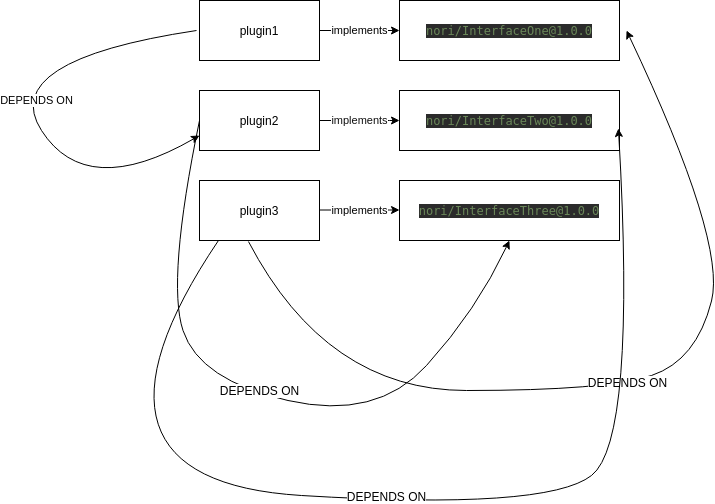
secure2work/nori keeps this draw.io diagram as internal/dependency/schemes/TestDependencyGraph_Ring3.png. Above is the earlier version. Source tidied: cells renumbered, new cells last; positions are measured from the earlier drawing's top-left corner, leaving out a move shared by most shapes. The source it was exported from:
```xml
<mxGraphModel>
  <root>
    <mxCell id="0" />
    <mxCell id="1" parent="0" />
    <mxCell id="2" value="plugin1" style="rounded=0;whiteSpace=wrap;html=1;" parent="1" vertex="1">
      <mxGeometry x="203" width="120" height="60" as="geometry" />
    </mxCell>
    <mxCell id="3" value="plugin2" style="rounded=0;whiteSpace=wrap;html=1;" parent="1" vertex="1">
      <mxGeometry x="203" y="90" width="120" height="60" as="geometry" />
    </mxCell>
    <mxCell id="4" value="plugin3" style="rounded=0;whiteSpace=wrap;html=1;" parent="1" vertex="1">
      <mxGeometry x="203" y="180" width="120" height="60" as="geometry" />
    </mxCell>
    <mxCell id="5" value="&lt;pre style=&quot;background-color: rgb(43 , 43 , 43) ; font-family: &amp;#34;dejavu sans mono&amp;#34; ; font-size: 9pt&quot;&gt;&lt;pre style=&quot;color: rgb(169 , 183 , 198) ; font-family: &amp;#34;dejavu sans mono&amp;#34; ; font-size: 9pt&quot;&gt;&lt;pre style=&quot;font-family: &amp;#34;dejavu sans mono&amp;#34; ; font-size: 9pt&quot;&gt;&lt;span style=&quot;color: #6a8759&quot;&gt;nori/InterfaceOne@1.0.0&lt;/span&gt;&lt;/pre&gt;&lt;/pre&gt;&lt;/pre&gt;" style="rounded=0;html=1;fontColor=#FFFFFF;whiteSpace=wrap;" parent="1" vertex="1">
      <mxGeometry x="403" width="220" height="60" as="geometry" />
    </mxCell>
    <mxCell id="6" value="implements" style="endArrow=classic;html=1;exitX=1;exitY=0.5;exitDx=0;exitDy=0;entryX=0;entryY=0.5;entryDx=0;entryDy=0;" parent="1" edge="1" source="2" target="5">
      <mxGeometry relative="1" as="geometry" />
    </mxCell>
    <mxCell id="7" value="Text" style="text;html=1;align=center;verticalAlign=middle;fontColor=#FFFFFF;" parent="1" vertex="1">
      <mxGeometry x="436" y="130" width="40" height="20" as="geometry" />
    </mxCell>
    <mxCell id="8" value="&lt;pre style=&quot;background-color: rgb(43 , 43 , 43) ; font-family: &amp;#34;dejavu sans mono&amp;#34; ; font-size: 9pt&quot;&gt;&lt;pre style=&quot;color: rgb(169 , 183 , 198) ; font-family: &amp;#34;dejavu sans mono&amp;#34; ; font-size: 9pt&quot;&gt;&lt;pre style=&quot;font-family: &amp;#34;dejavu sans mono&amp;#34; ; font-size: 9pt&quot;&gt;&lt;span style=&quot;color: #6a8759&quot;&gt;nori/InterfaceTwo@1.0.0&lt;/span&gt;&lt;/pre&gt;&lt;/pre&gt;&lt;/pre&gt;" style="rounded=0;html=1;fontColor=#FFFFFF;whiteSpace=wrap;" parent="1" vertex="1">
      <mxGeometry x="403" y="90" width="220" height="60" as="geometry" />
    </mxCell>
    <mxCell id="9" value="&lt;pre style=&quot;background-color: rgb(43 , 43 , 43) ; font-family: &amp;#34;dejavu sans mono&amp;#34; ; font-size: 9pt&quot;&gt;&lt;pre style=&quot;color: rgb(169 , 183 , 198) ; font-family: &amp;#34;dejavu sans mono&amp;#34; ; font-size: 9pt&quot;&gt;&lt;pre style=&quot;font-family: &amp;#34;dejavu sans mono&amp;#34; ; font-size: 9pt&quot;&gt;&lt;span style=&quot;color: #6a8759&quot;&gt;nori/InterfaceThree@1.0.0&lt;/span&gt;&lt;/pre&gt;&lt;/pre&gt;&lt;/pre&gt;" style="rounded=0;html=1;fontColor=#FFFFFF;whiteSpace=wrap;" parent="1" vertex="1">
      <mxGeometry x="403" y="180" width="220" height="60" as="geometry" />
    </mxCell>
    <mxCell id="10" value="implements" style="endArrow=classic;html=1;fontColor=#0F0F0F;exitX=1;exitY=0.5;exitDx=0;exitDy=0;entryX=0;entryY=0.5;entryDx=0;entryDy=0;" parent="1" edge="1" source="3" target="8">
      <mxGeometry relative="1" as="geometry">
        <Array as="points">
          <mxPoint x="403" y="120" />
        </Array>
      </mxGeometry>
    </mxCell>
    <mxCell id="11" value="implements" style="endArrow=classic;html=1;fontColor=#000000;exitX=1;exitY=0.5;exitDx=0;exitDy=0;entryX=0;entryY=0.5;entryDx=0;entryDy=0;" parent="1" edge="1">
      <mxGeometry relative="1" as="geometry">
        <mxPoint x="323" y="209.5" as="sourcePoint" />
        <mxPoint x="403" y="209.5" as="targetPoint" />
        <Array as="points">
          <mxPoint x="403" y="209.5" />
        </Array>
      </mxGeometry>
    </mxCell>
    <mxCell id="12" value="DEPENDS ON" style="curved=1;endArrow=classic;html=1;fontColor=#000000;entryX=0;entryY=0.75;entryDx=0;entryDy=0;" parent="1" edge="1" target="3">
      <mxGeometry x="-0.32" y="45" relative="1" as="geometry">
        <mxPoint x="200" y="30" as="sourcePoint" />
        <Array as="points">
          <mxPoint y="60" />
          <mxPoint x="90" y="200" />
        </Array>
      </mxGeometry>
    </mxCell>
    <mxCell id="13" style="curved=1;endArrow=classic;html=1;fontColor=#000000;exitX=0;exitY=0.5;exitDx=0;exitDy=0;entryX=0.5;entryY=1;entryDx=0;entryDy=0;" parent="1" edge="1" source="3" target="9">
      <mxGeometry relative="1" as="geometry">
        <Array as="points">
          <mxPoint x="170" y="280" />
          <mxPoint x="203" y="380" />
          <mxPoint x="380" y="420" />
          <mxPoint x="480" y="310" />
        </Array>
      </mxGeometry>
    </mxCell>
    <mxCell id="14" value="DEPENDS ON" style="text;html=1;align=center;verticalAlign=middle;labelBackgroundColor=#ffffff;fontColor=#000000;" parent="13" vertex="1">
      <mxGeometry x="-0.03" y="4" relative="1" as="geometry" />
    </mxCell>
    <mxCell id="15" style="curved=1;endArrow=classic;html=1;exitX=0.408;exitY=1.017;exitDx=0;exitDy=0;exitPerimeter=0;" parent="1" edge="1" source="4">
      <mxGeometry relative="1" as="geometry">
        <mxPoint x="630" y="30" as="targetPoint" />
        <Array as="points">
          <mxPoint x="330" y="390" />
          <mxPoint x="610" y="390" />
          <mxPoint x="700" y="360" />
          <mxPoint x="730" y="241" />
        </Array>
      </mxGeometry>
    </mxCell>
    <mxCell id="16" value="DEPENDS ON" style="text;html=1;align=center;verticalAlign=middle;labelBackgroundColor=#ffffff;" parent="15" vertex="1">
      <mxGeometry x="0.04" y="2" relative="1" as="geometry" />
    </mxCell>
    <mxCell id="17" style="curved=1;endArrow=classic;html=1;exitX=0.158;exitY=1;exitDx=0;exitDy=0;exitPerimeter=0;entryX=0.995;entryY=0.633;entryDx=0;entryDy=0;entryPerimeter=0;" parent="1" edge="1" source="4" target="8">
      <mxGeometry relative="1" as="geometry">
        <Array as="points">
          <mxPoint x="60" y="480" />
          <mxPoint x="550" y="510" />
          <mxPoint x="640" y="440" />
        </Array>
      </mxGeometry>
    </mxCell>
    <mxCell id="18" value="DEPENDS ON" style="text;html=1;align=center;verticalAlign=middle;labelBackgroundColor=#ffffff;" parent="17" vertex="1">
      <mxGeometry x="0.03" y="5" relative="1" as="geometry" />
    </mxCell>
  </root>
</mxGraphModel>
```
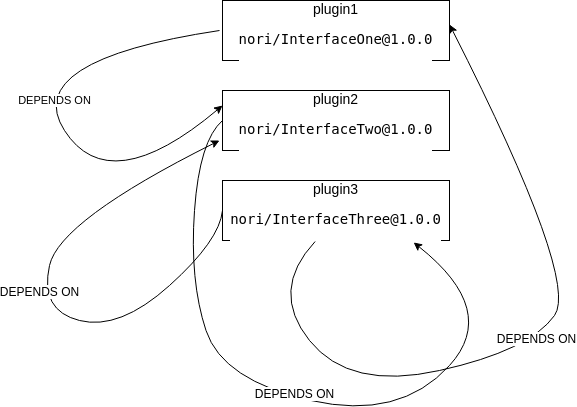
Later version of the same file.

The edit, as a diff of the source:
```diff
@@ -2,47 +2,19 @@
   <root>
     <mxCell id="0" />
     <mxCell id="1" parent="0" />
-    <mxCell id="2" value="plugin1" style="rounded=0;whiteSpace=wrap;html=1;" parent="1" vertex="1">
-      <mxGeometry x="203" width="120" height="60" as="geometry" />
+    <mxCell id="2" value="plugin1&lt;br style=&quot;font-size: 14px;&quot;&gt;&lt;pre style=&quot;font-size: 14px; font-family: &amp;quot;dejavu sans mono&amp;quot;;&quot;&gt;&lt;span style=&quot;font-size: 14px;&quot;&gt;nori/InterfaceOne@1.0.0&lt;/span&gt;&lt;/pre&gt;" style="rounded=0;whiteSpace=wrap;html=1;strokeColor=#000000;fontColor=#000000;labelBackgroundColor=#ffffff;fontSize=14;" parent="1" vertex="1">
+      <mxGeometry x="203" width="227" height="60" as="geometry" />
     </mxCell>
-    <mxCell id="3" value="plugin2" style="rounded=0;whiteSpace=wrap;html=1;" parent="1" vertex="1">
-      <mxGeometry x="203" y="90" width="120" height="60" as="geometry" />
+    <mxCell id="3" value="plugin2&lt;br style=&quot;font-size: 14px;&quot;&gt;&lt;pre style=&quot;font-size: 14px; font-family: &amp;quot;dejavu sans mono&amp;quot;;&quot;&gt;&lt;span style=&quot;font-size: 14px;&quot;&gt;nori/InterfaceTwo@1.0.0&lt;/span&gt;&lt;/pre&gt;" style="rounded=0;whiteSpace=wrap;html=1;strokeColor=#000000;fontColor=#000000;labelBackgroundColor=#ffffff;fontSize=14;" parent="1" vertex="1">
+      <mxGeometry x="203" y="90" width="227" height="60" as="geometry" />
     </mxCell>
-    <mxCell id="4" value="plugin3" style="rounded=0;whiteSpace=wrap;html=1;" parent="1" vertex="1">
-      <mxGeometry x="203" y="180" width="120" height="60" as="geometry" />
+    <mxCell id="4" value="plugin3&lt;br style=&quot;font-size: 14px;&quot;&gt;&lt;pre style=&quot;font-size: 14px; font-family: &amp;quot;dejavu sans mono&amp;quot;;&quot;&gt;&lt;span style=&quot;font-size: 14px;&quot;&gt;nori/InterfaceThree@1.0.0&lt;/span&gt;&lt;/pre&gt;" style="rounded=0;whiteSpace=wrap;html=1;strokeColor=#000000;fontColor=#000000;labelBackgroundColor=#ffffff;fontSize=14;" parent="1" vertex="1">
+      <mxGeometry x="203" y="180" width="227" height="60" as="geometry" />
     </mxCell>
-    <mxCell id="5" value="&lt;pre style=&quot;background-color: rgb(43 , 43 , 43) ; font-family: &amp;#34;dejavu sans mono&amp;#34; ; font-size: 9pt&quot;&gt;&lt;pre style=&quot;color: rgb(169 , 183 , 198) ; font-family: &amp;#34;dejavu sans mono&amp;#34; ; font-size: 9pt&quot;&gt;&lt;pre style=&quot;font-family: &amp;#34;dejavu sans mono&amp;#34; ; font-size: 9pt&quot;&gt;&lt;span style=&quot;color: #6a8759&quot;&gt;nori/InterfaceOne@1.0.0&lt;/span&gt;&lt;/pre&gt;&lt;/pre&gt;&lt;/pre&gt;" style="rounded=0;html=1;fontColor=#FFFFFF;whiteSpace=wrap;" parent="1" vertex="1">
-      <mxGeometry x="403" width="220" height="60" as="geometry" />
-    </mxCell>
-    <mxCell id="6" value="implements" style="endArrow=classic;html=1;exitX=1;exitY=0.5;exitDx=0;exitDy=0;entryX=0;entryY=0.5;entryDx=0;entryDy=0;" parent="1" edge="1" source="2" target="5">
-      <mxGeometry relative="1" as="geometry" />
-    </mxCell>
     <mxCell id="7" value="Text" style="text;html=1;align=center;verticalAlign=middle;fontColor=#FFFFFF;" parent="1" vertex="1">
       <mxGeometry x="436" y="130" width="40" height="20" as="geometry" />
     </mxCell>
-    <mxCell id="8" value="&lt;pre style=&quot;background-color: rgb(43 , 43 , 43) ; font-family: &amp;#34;dejavu sans mono&amp;#34; ; font-size: 9pt&quot;&gt;&lt;pre style=&quot;color: rgb(169 , 183 , 198) ; font-family: &amp;#34;dejavu sans mono&amp;#34; ; font-size: 9pt&quot;&gt;&lt;pre style=&quot;font-family: &amp;#34;dejavu sans mono&amp;#34; ; font-size: 9pt&quot;&gt;&lt;span style=&quot;color: #6a8759&quot;&gt;nori/InterfaceTwo@1.0.0&lt;/span&gt;&lt;/pre&gt;&lt;/pre&gt;&lt;/pre&gt;" style="rounded=0;html=1;fontColor=#FFFFFF;whiteSpace=wrap;" parent="1" vertex="1">
-      <mxGeometry x="403" y="90" width="220" height="60" as="geometry" />
-    </mxCell>
-    <mxCell id="9" value="&lt;pre style=&quot;background-color: rgb(43 , 43 , 43) ; font-family: &amp;#34;dejavu sans mono&amp;#34; ; font-size: 9pt&quot;&gt;&lt;pre style=&quot;color: rgb(169 , 183 , 198) ; font-family: &amp;#34;dejavu sans mono&amp;#34; ; font-size: 9pt&quot;&gt;&lt;pre style=&quot;font-family: &amp;#34;dejavu sans mono&amp;#34; ; font-size: 9pt&quot;&gt;&lt;span style=&quot;color: #6a8759&quot;&gt;nori/InterfaceThree@1.0.0&lt;/span&gt;&lt;/pre&gt;&lt;/pre&gt;&lt;/pre&gt;" style="rounded=0;html=1;fontColor=#FFFFFF;whiteSpace=wrap;" parent="1" vertex="1">
-      <mxGeometry x="403" y="180" width="220" height="60" as="geometry" />
-    </mxCell>
-    <mxCell id="10" value="implements" style="endArrow=classic;html=1;fontColor=#0F0F0F;exitX=1;exitY=0.5;exitDx=0;exitDy=0;entryX=0;entryY=0.5;entryDx=0;entryDy=0;" parent="1" edge="1" source="3" target="8">
-      <mxGeometry relative="1" as="geometry">
-        <Array as="points">
-          <mxPoint x="403" y="120" />
-        </Array>
-      </mxGeometry>
-    </mxCell>
-    <mxCell id="11" value="implements" style="endArrow=classic;html=1;fontColor=#000000;exitX=1;exitY=0.5;exitDx=0;exitDy=0;entryX=0;entryY=0.5;entryDx=0;entryDy=0;" parent="1" edge="1">
-      <mxGeometry relative="1" as="geometry">
-        <mxPoint x="323" y="209.5" as="sourcePoint" />
-        <mxPoint x="403" y="209.5" as="targetPoint" />
-        <Array as="points">
-          <mxPoint x="403" y="209.5" />
-        </Array>
-      </mxGeometry>
-    </mxCell>
-    <mxCell id="12" value="DEPENDS ON" style="curved=1;endArrow=classic;html=1;fontColor=#000000;entryX=0;entryY=0.75;entryDx=0;entryDy=0;" parent="1" edge="1" target="3">
+    <mxCell id="12" value="DEPENDS ON" style="curved=1;endArrow=classic;html=1;fontColor=#000000;entryX=0;entryY=0.25;entryDx=0;entryDy=0;" parent="1" edge="1" target="3">
       <mxGeometry x="-0.32" y="45" relative="1" as="geometry">
         <mxPoint x="200" y="30" as="sourcePoint" />
         <Array as="points">
@@ -51,9 +23,10 @@
         </Array>
       </mxGeometry>
     </mxCell>
-    <mxCell id="13" style="curved=1;endArrow=classic;html=1;fontColor=#000000;exitX=0;exitY=0.5;exitDx=0;exitDy=0;entryX=0.5;entryY=1;entryDx=0;entryDy=0;" parent="1" edge="1" source="3" target="9">
+    <mxCell id="13" style="curved=1;endArrow=classic;html=1;fontColor=#000000;exitX=0;exitY=0.5;exitDx=0;exitDy=0;entryX=0.842;entryY=1.033;entryDx=0;entryDy=0;entryPerimeter=0;" parent="1" edge="1" source="3" target="4">
       <mxGeometry relative="1" as="geometry">
         <Array as="points">
+          <mxPoint x="180" y="140" />
           <mxPoint x="170" y="280" />
           <mxPoint x="203" y="380" />
           <mxPoint x="380" y="420" />
@@ -64,26 +37,27 @@
     <mxCell id="14" value="DEPENDS ON" style="text;html=1;align=center;verticalAlign=middle;labelBackgroundColor=#ffffff;fontColor=#000000;" parent="13" vertex="1">
       <mxGeometry x="-0.03" y="4" relative="1" as="geometry" />
     </mxCell>
-    <mxCell id="15" style="curved=1;endArrow=classic;html=1;exitX=0.408;exitY=1.017;exitDx=0;exitDy=0;exitPerimeter=0;" parent="1" edge="1" source="4">
+    <mxCell id="15" style="curved=1;endArrow=classic;html=1;exitX=0.408;exitY=1.017;exitDx=0;exitDy=0;exitPerimeter=0;entryX=1;entryY=0.4;entryDx=0;entryDy=0;entryPerimeter=0;" parent="1" edge="1" source="4" target="2">
       <mxGeometry relative="1" as="geometry">
-        <mxPoint x="630" y="30" as="targetPoint" />
         <Array as="points">
+          <mxPoint x="250" y="290" />
           <mxPoint x="330" y="390" />
-          <mxPoint x="610" y="390" />
-          <mxPoint x="700" y="360" />
-          <mxPoint x="730" y="241" />
+          <mxPoint x="510" y="350" />
+          <mxPoint x="560" y="280" />
         </Array>
       </mxGeometry>
     </mxCell>
     <mxCell id="16" value="DEPENDS ON" style="text;html=1;align=center;verticalAlign=middle;labelBackgroundColor=#ffffff;" parent="15" vertex="1">
       <mxGeometry x="0.04" y="2" relative="1" as="geometry" />
     </mxCell>
-    <mxCell id="17" style="curved=1;endArrow=classic;html=1;exitX=0.158;exitY=1;exitDx=0;exitDy=0;exitPerimeter=0;entryX=0.995;entryY=0.633;entryDx=0;entryDy=0;entryPerimeter=0;" parent="1" edge="1" source="4" target="8">
+    <mxCell id="17" style="curved=1;endArrow=classic;html=1;exitX=0;exitY=0.5;exitDx=0;exitDy=0;" parent="1" edge="1" source="4">
       <mxGeometry relative="1" as="geometry">
+        <mxPoint x="200" y="140" as="targetPoint" />
         <Array as="points">
-          <mxPoint x="60" y="480" />
-          <mxPoint x="550" y="510" />
-          <mxPoint x="640" y="440" />
+          <mxPoint x="200" y="240" />
+          <mxPoint x="100" y="330" />
+          <mxPoint x="20" y="310" />
+          <mxPoint x="40" y="220" />
         </Array>
       </mxGeometry>
     </mxCell>
```
